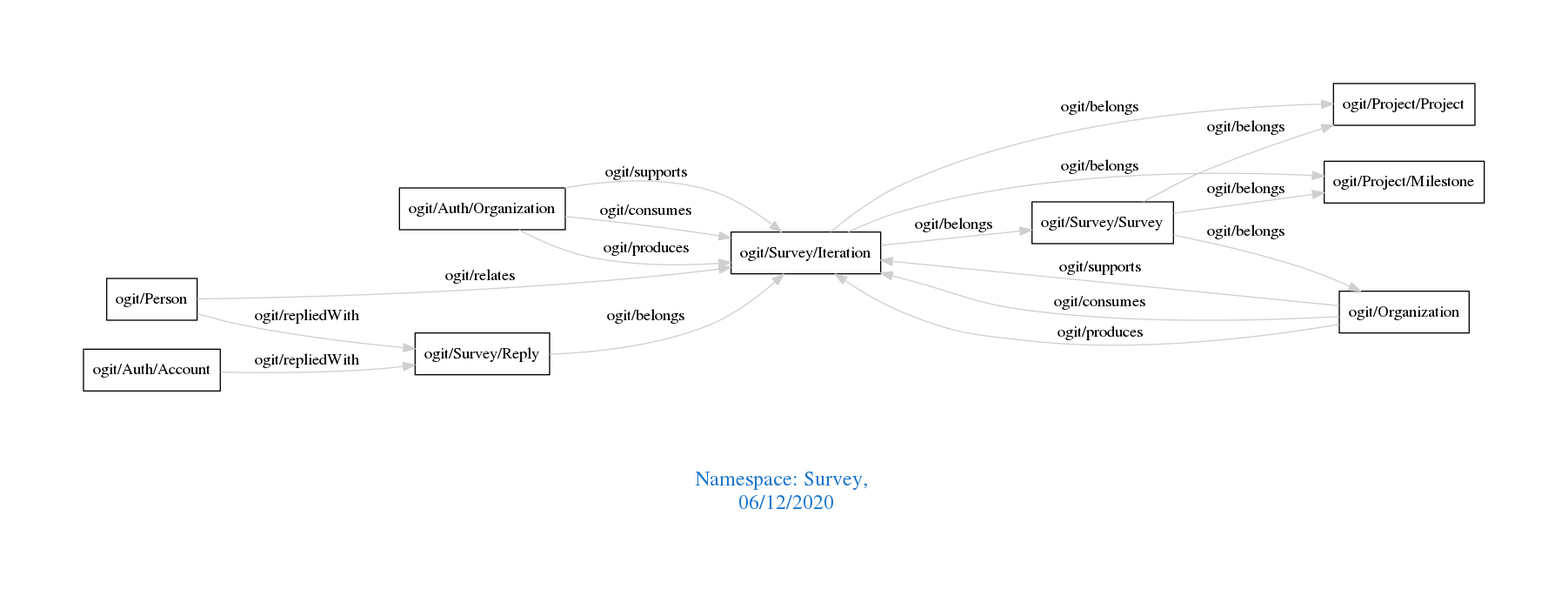
arago/OGIT keeps this Graphviz diagram as downloads/Survey.png. Above is the earlier version. Its source is kept beside it as downloads/Survey.dot.
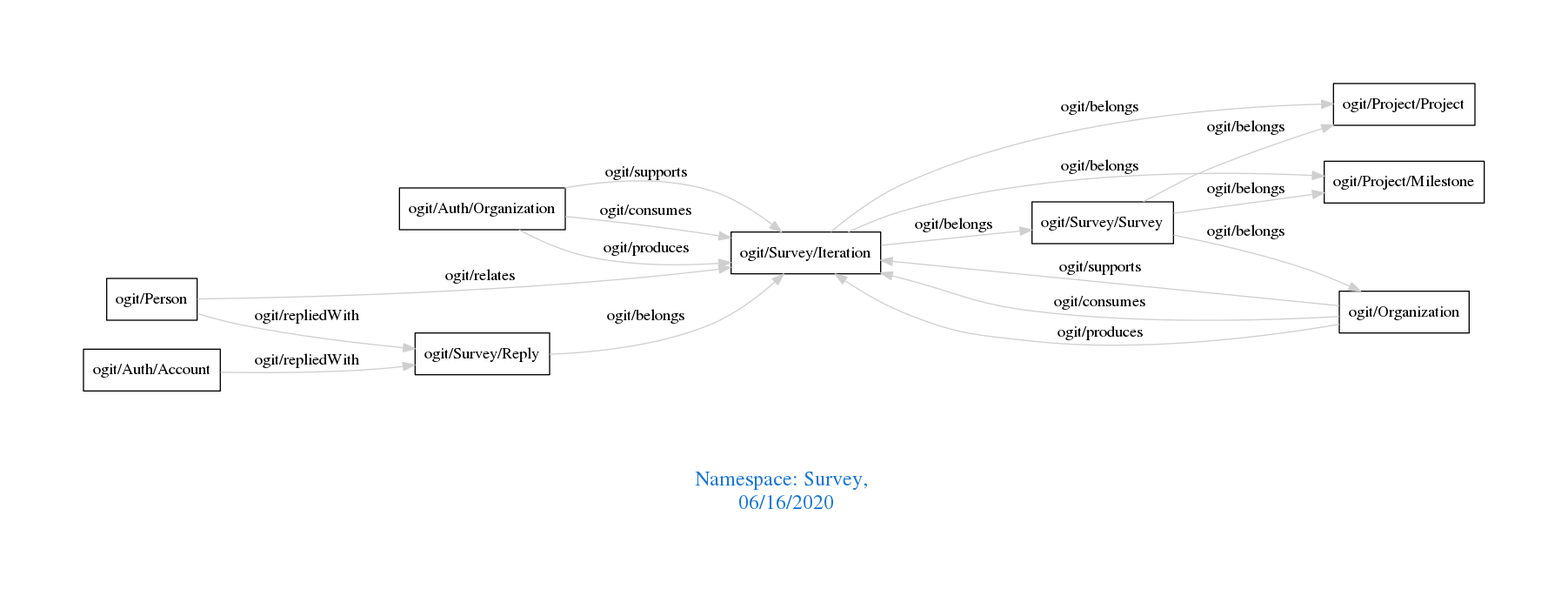
Above is the later version.

What changed in the source:
```diff
@@ -1,7 +1,7 @@
 digraph OGIT_ontology {
  graph [ rankdir= LR,pad=1
 fontsize = 18,
-fontcolor= dodgerblue3,label = "\n\n\nNamespace: Survey, \n 06/12/2020"];
+fontcolor= dodgerblue3,label = "\n\n\nNamespace: Survey, \n 06/16/2020"];
 node[shape=polygon];
 edge [  color="gray81"];
 
```
